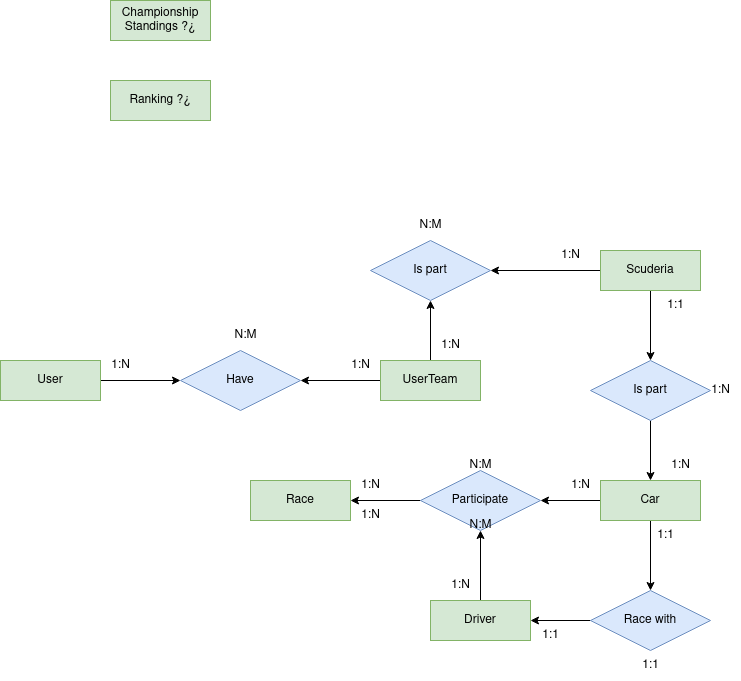
The draw.io diagram doc/diagramas/img/entidad-relacion.drawio.png in adrianhrb/proyecto_ETS, before a commit. Source tidied: cells renumbered, new cells last; positions are measured from the earlier drawing's top-left corner, leaving out a move shared by most shapes.
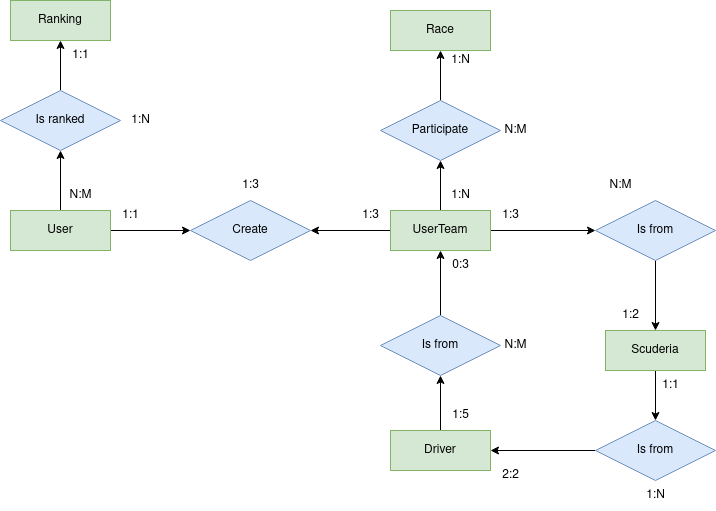
The same file after the commit.

Commit message:
Finalizado entidad-relación #13

The edit, as a diff of the source:
```diff
@@ -5,128 +5,128 @@
     <mxCell id="2" style="edgeStyle=orthogonalEdgeStyle;rounded=0;jettySize=auto;html=1;exitX=1;exitY=0.5;exitDx=0;exitDy=0;" parent="1" edge="1" source="3" target="17">
       <mxGeometry relative="1" as="geometry" />
     </mxCell>
+    <mxCell id="44" style="edgeStyle=orthogonalEdgeStyle;rounded=0;jettySize=auto;html=1;exitX=0.5;exitY=0;exitDx=0;exitDy=0;entryX=0.5;entryY=1;entryDx=0;entryDy=0;" parent="1" edge="1" source="3" target="63">
+      <mxGeometry relative="1" as="geometry" />
+    </mxCell>
     <mxCell id="3" value="User" style="whiteSpace=wrap;html=1;align=center;fillColor=#d5e8d4;strokeColor=#82b366;" parent="1" vertex="1">
-      <mxGeometry y="360" width="100" height="40" as="geometry" />
+      <mxGeometry x="26" y="150" width="100" height="40" as="geometry" />
     </mxCell>
     <mxCell id="4" style="edgeStyle=orthogonalEdgeStyle;rounded=0;jettySize=auto;html=1;exitX=0;exitY=0.5;exitDx=0;exitDy=0;" parent="1" edge="1" source="6" target="17">
       <mxGeometry relative="1" as="geometry" />
     </mxCell>
-    <mxCell id="5" style="edgeStyle=orthogonalEdgeStyle;rounded=0;jettySize=auto;html=1;exitX=0.5;exitY=0;exitDx=0;exitDy=0;entryX=0.5;entryY=1;entryDx=0;entryDy=0;" parent="1" edge="1" source="6" target="21">
+    <mxCell id="5" style="edgeStyle=orthogonalEdgeStyle;rounded=0;jettySize=auto;html=1;exitX=1;exitY=0.5;exitDx=0;exitDy=0;" parent="1" edge="1" source="6" target="21">
       <mxGeometry relative="1" as="geometry" />
     </mxCell>
+    <mxCell id="45" style="edgeStyle=orthogonalEdgeStyle;rounded=0;jettySize=auto;html=1;exitX=0.5;exitY=0;exitDx=0;exitDy=0;" parent="1" edge="1" source="6" target="32">
+      <mxGeometry relative="1" as="geometry" />
+    </mxCell>
     <mxCell id="6" value="UserTeam" style="whiteSpace=wrap;html=1;align=center;fillColor=#d5e8d4;strokeColor=#82b366;" parent="1" vertex="1">
-      <mxGeometry x="380" y="360" width="100" height="40" as="geometry" />
+      <mxGeometry x="406" y="150" width="100" height="40" as="geometry" />
     </mxCell>
-    <mxCell id="7" style="edgeStyle=orthogonalEdgeStyle;rounded=0;jettySize=auto;html=1;exitX=0;exitY=0.5;exitDx=0;exitDy=0;" parent="1" edge="1" source="9" target="32">
-      <mxGeometry relative="1" as="geometry" />
-    </mxCell>
-    <mxCell id="8" style="edgeStyle=orthogonalEdgeStyle;rounded=0;jettySize=auto;html=1;exitX=0.5;exitY=1;exitDx=0;exitDy=0;entryX=0.5;entryY=0;entryDx=0;entryDy=0;" parent="1" edge="1" source="9" target="37">
-      <mxGeometry relative="1" as="geometry" />
-    </mxCell>
-    <mxCell id="9" value="Car" style="whiteSpace=wrap;html=1;align=center;fillColor=#d5e8d4;strokeColor=#82b366;" parent="1" vertex="1">
-      <mxGeometry x="600" y="480" width="100" height="40" as="geometry" />
-    </mxCell>
-    <mxCell id="10" style="edgeStyle=orthogonalEdgeStyle;rounded=0;jettySize=auto;html=1;exitX=0.5;exitY=1;exitDx=0;exitDy=0;" parent="1" edge="1" source="12" target="26">
-      <mxGeometry relative="1" as="geometry" />
-    </mxCell>
-    <mxCell id="11" style="edgeStyle=orthogonalEdgeStyle;rounded=0;jettySize=auto;html=1;exitX=0;exitY=0.5;exitDx=0;exitDy=0;entryX=1;entryY=0.5;entryDx=0;entryDy=0;" parent="1" edge="1" source="12" target="21">
-      <mxGeometry relative="1" as="geometry" />
-    </mxCell>
+    <mxCell id="46" style="edgeStyle=orthogonalEdgeStyle;rounded=0;jettySize=auto;html=1;exitX=0.5;exitY=1;exitDx=0;exitDy=0;" parent="1" edge="1" source="12" target="50">
+      <mxGeometry relative="1" as="geometry" />
+    </mxCell>
     <mxCell id="12" value="Scuderia" style="whiteSpace=wrap;html=1;align=center;fillColor=#d5e8d4;strokeColor=#82b366;" parent="1" vertex="1">
-      <mxGeometry x="600" y="250" width="100" height="40" as="geometry" />
+      <mxGeometry x="621" y="270" width="100" height="40" as="geometry" />
     </mxCell>
-    <mxCell id="13" style="edgeStyle=orthogonalEdgeStyle;rounded=0;jettySize=auto;html=1;exitX=0.5;exitY=0;exitDx=0;exitDy=0;entryX=0.5;entryY=1;entryDx=0;entryDy=0;" parent="1" edge="1" source="14" target="32">
-      <mxGeometry relative="1" as="geometry" />
-    </mxCell>
+    <mxCell id="47" style="edgeStyle=orthogonalEdgeStyle;rounded=0;jettySize=auto;html=1;exitX=0.5;exitY=0;exitDx=0;exitDy=0;" parent="1" edge="1" source="14" target="55">
+      <mxGeometry relative="1" as="geometry" />
+    </mxCell>
     <mxCell id="14" value="Driver" style="whiteSpace=wrap;html=1;align=center;fillColor=#d5e8d4;strokeColor=#82b366;" parent="1" vertex="1">
-      <mxGeometry x="430" y="600" width="100" height="40" as="geometry" />
+      <mxGeometry x="406" y="370" width="100" height="40" as="geometry" />
     </mxCell>
-    <mxCell id="15" value="Ranking ?¿" style="whiteSpace=wrap;html=1;align=center;fillColor=#d5e8d4;strokeColor=#82b366;" parent="1" vertex="1">
-      <mxGeometry x="110" y="80" width="100" height="40" as="geometry" />
+    <mxCell id="15" value="Ranking " style="whiteSpace=wrap;html=1;align=center;fillColor=#d5e8d4;strokeColor=#82b366;" parent="1" vertex="1">
+      <mxGeometry x="26" y="-60" width="100" height="40" as="geometry" />
     </mxCell>
-    <mxCell id="16" value="Championship Standings ?¿" style="whiteSpace=wrap;html=1;align=center;fillColor=#d5e8d4;strokeColor=#82b366;" parent="1" vertex="1">
-      <mxGeometry x="110" width="100" height="40" as="geometry" />
-    </mxCell>
-    <mxCell id="17" value="Have" style="shape=rhombus;perimeter=rhombusPerimeter;whiteSpace=wrap;html=1;align=center;fillColor=#dae8fc;strokeColor=#6c8ebf;" parent="1" vertex="1">
-      <mxGeometry x="180" y="350" width="120" height="60" as="geometry" />
+    <mxCell id="17" value="Create" style="shape=rhombus;perimeter=rhombusPerimeter;whiteSpace=wrap;html=1;align=center;fillColor=#dae8fc;strokeColor=#6c8ebf;" parent="1" vertex="1">
+      <mxGeometry x="206" y="140" width="120" height="60" as="geometry" />
     </mxCell>
-    <mxCell id="18" value="1:N" style="text;html=1;align=center;verticalAlign=middle;strokeColor=none;fillColor=none;" parent="1" vertex="1">
-      <mxGeometry x="340" y="350" width="40" height="30" as="geometry" />
+    <mxCell id="18" value="1:3" style="text;html=1;align=center;verticalAlign=middle;strokeColor=none;fillColor=none;" parent="1" vertex="1">
+      <mxGeometry x="366" y="140" width="40" height="30" as="geometry" />
     </mxCell>
-    <mxCell id="19" value="1:N" style="text;html=1;align=center;verticalAlign=middle;strokeColor=none;fillColor=none;" parent="1" vertex="1">
-      <mxGeometry x="100" y="350" width="40" height="30" as="geometry" />
+    <mxCell id="19" value="1:1" style="text;html=1;align=center;verticalAlign=middle;strokeColor=none;fillColor=none;" parent="1" vertex="1">
+      <mxGeometry x="126" y="140" width="40" height="30" as="geometry" />
     </mxCell>
-    <mxCell id="20" value="N:M" style="text;html=1;align=center;verticalAlign=middle;strokeColor=none;fillColor=none;" parent="1" vertex="1">
-      <mxGeometry x="220" y="320" width="50" height="30" as="geometry" />
+    <mxCell id="20" value="1:3" style="text;html=1;align=center;verticalAlign=middle;strokeColor=none;fillColor=none;" parent="1" vertex="1">
+      <mxGeometry x="246" y="110" width="40" height="30" as="geometry" />
     </mxCell>
+    <mxCell id="48" style="edgeStyle=orthogonalEdgeStyle;rounded=0;jettySize=auto;html=1;exitX=0.5;exitY=1;exitDx=0;exitDy=0;" parent="1" edge="1" source="21" target="12">
+      <mxGeometry relative="1" as="geometry" />
+    </mxCell>
-    <mxCell id="21" value="Is part" style="shape=rhombus;perimeter=rhombusPerimeter;whiteSpace=wrap;html=1;align=center;fillColor=#dae8fc;strokeColor=#6c8ebf;" parent="1" vertex="1">
-      <mxGeometry x="370" y="240" width="120" height="60" as="geometry" />
+    <mxCell id="21" value="Is from" style="shape=rhombus;perimeter=rhombusPerimeter;whiteSpace=wrap;html=1;align=center;fillColor=#dae8fc;strokeColor=#6c8ebf;" parent="1" vertex="1">
+      <mxGeometry x="611" y="140" width="120" height="60" as="geometry" />
     </mxCell>
-    <mxCell id="22" value="1:N" style="text;html=1;align=center;verticalAlign=middle;strokeColor=none;fillColor=none;" parent="1" vertex="1">
-      <mxGeometry x="430" y="330" width="40" height="30" as="geometry" />
+    <mxCell id="22" value="1:3" style="text;html=1;align=center;verticalAlign=middle;strokeColor=none;fillColor=none;" parent="1" vertex="1">
+      <mxGeometry x="506" y="140" width="40" height="30" as="geometry" />
     </mxCell>
-    <mxCell id="23" value="1:N" style="text;html=1;align=center;verticalAlign=middle;strokeColor=none;fillColor=none;" parent="1" vertex="1">
-      <mxGeometry x="550" y="240" width="40" height="30" as="geometry" />
+    <mxCell id="23" value="1:2" style="text;html=1;align=center;verticalAlign=middle;strokeColor=none;fillColor=none;" parent="1" vertex="1">
+      <mxGeometry x="626" y="240" width="40" height="30" as="geometry" />
     </mxCell>
     <mxCell id="24" value="N:M" style="text;html=1;align=center;verticalAlign=middle;strokeColor=none;fillColor=none;" parent="1" vertex="1">
-      <mxGeometry x="405" y="210" width="50" height="30" as="geometry" />
+      <mxGeometry x="611" y="110" width="50" height="30" as="geometry" />
     </mxCell>
-    <mxCell id="25" style="edgeStyle=orthogonalEdgeStyle;rounded=0;jettySize=auto;html=1;exitX=0.5;exitY=1;exitDx=0;exitDy=0;" parent="1" edge="1" source="26" target="9">
-      <mxGeometry relative="1" as="geometry" />
-    </mxCell>
-    <mxCell id="26" value="Is part" style="shape=rhombus;perimeter=rhombusPerimeter;whiteSpace=wrap;html=1;align=center;fillColor=#dae8fc;strokeColor=#6c8ebf;" parent="1" vertex="1">
-      <mxGeometry x="590" y="360" width="120" height="60" as="geometry" />
-    </mxCell>
-    <mxCell id="27" value="1:N" style="text;html=1;align=center;verticalAlign=middle;strokeColor=none;fillColor=none;" parent="1" vertex="1">
-      <mxGeometry x="660" y="450" width="40" height="30" as="geometry" />
-    </mxCell>
-    <mxCell id="28" value="1:1" style="text;html=1;align=center;verticalAlign=middle;strokeColor=none;fillColor=none;" parent="1" vertex="1">
-      <mxGeometry x="655" y="290" width="40" height="30" as="geometry" />
-    </mxCell>
-    <mxCell id="29" value="1:N" style="text;html=1;align=center;verticalAlign=middle;strokeColor=none;fillColor=none;" parent="1" vertex="1">
-      <mxGeometry x="700" y="375" width="40" height="30" as="geometry" />
-    </mxCell>
     <mxCell id="30" value="Race" style="whiteSpace=wrap;html=1;align=center;fillColor=#d5e8d4;strokeColor=#82b366;" parent="1" vertex="1">
-      <mxGeometry x="250" y="480" width="100" height="40" as="geometry" />
+      <mxGeometry x="406" y="-50" width="100" height="40" as="geometry" />
     </mxCell>
+    <mxCell id="49" style="edgeStyle=orthogonalEdgeStyle;rounded=0;jettySize=auto;html=1;exitX=0;exitY=0.5;exitDx=0;exitDy=0;" parent="1" edge="1" source="50" target="14">
+      <mxGeometry relative="1" as="geometry" />
+    </mxCell>
+    <mxCell id="50" value="Is from" style="shape=rhombus;perimeter=rhombusPerimeter;whiteSpace=wrap;html=1;align=center;fillColor=#dae8fc;strokeColor=#6c8ebf;" parent="1" vertex="1">
+      <mxGeometry x="611" y="360" width="120" height="60" as="geometry" />
+    </mxCell>
+    <mxCell id="51" value="1:1" style="text;html=1;align=center;verticalAlign=middle;strokeColor=none;fillColor=none;" parent="1" vertex="1">
+      <mxGeometry x="666" y="310" width="40" height="30" as="geometry" />
+    </mxCell>
+    <mxCell id="52" value="1:N" style="text;html=1;align=center;verticalAlign=middle;strokeColor=none;fillColor=none;" parent="1" vertex="1">
+      <mxGeometry x="651" y="420" width="40" height="30" as="geometry" />
+    </mxCell>
+    <mxCell id="53" value="2:2" style="text;html=1;align=center;verticalAlign=middle;strokeColor=none;fillColor=none;" parent="1" vertex="1">
+      <mxGeometry x="506" y="400" width="40" height="30" as="geometry" />
+    </mxCell>
+    <mxCell id="54" style="edgeStyle=orthogonalEdgeStyle;rounded=0;jettySize=auto;html=1;exitX=0.5;exitY=0;exitDx=0;exitDy=0;entryX=0.5;entryY=1;entryDx=0;entryDy=0;" parent="1" edge="1" source="55" target="6">
+      <mxGeometry relative="1" as="geometry" />
+    </mxCell>
+    <mxCell id="55" value="Is from" style="shape=rhombus;perimeter=rhombusPerimeter;whiteSpace=wrap;html=1;align=center;fillColor=#dae8fc;strokeColor=#6c8ebf;" parent="1" vertex="1">
+      <mxGeometry x="396" y="255" width="120" height="60" as="geometry" />
+    </mxCell>
+    <mxCell id="56" value="1:5" style="text;html=1;align=center;verticalAlign=middle;strokeColor=none;fillColor=none;" parent="1" vertex="1">
+      <mxGeometry x="456" y="340" width="40" height="30" as="geometry" />
+    </mxCell>
+    <mxCell id="57" value="0:3" style="text;html=1;align=center;verticalAlign=middle;strokeColor=none;fillColor=none;" parent="1" vertex="1">
+      <mxGeometry x="456" y="190" width="40" height="30" as="geometry" />
+    </mxCell>
+    <mxCell id="58" value="N:M" style="text;html=1;align=center;verticalAlign=middle;strokeColor=none;fillColor=none;" parent="1" vertex="1">
+      <mxGeometry x="506" y="270" width="50" height="30" as="geometry" />
+    </mxCell>
-    <mxCell id="31" style="edgeStyle=orthogonalEdgeStyle;rounded=0;jettySize=auto;html=1;exitX=0;exitY=0.5;exitDx=0;exitDy=0;" parent="1" edge="1" source="32" target="30">
+    <mxCell id="31" style="edgeStyle=orthogonalEdgeStyle;rounded=0;jettySize=auto;html=1;exitX=0.5;exitY=0;exitDx=0;exitDy=0;entryX=0.5;entryY=1;entryDx=0;entryDy=0;" parent="1" edge="1" source="32" target="30">
       <mxGeometry relative="1" as="geometry" />
     </mxCell>
     <mxCell id="32" value="Participate" style="shape=rhombus;perimeter=rhombusPerimeter;whiteSpace=wrap;html=1;align=center;fillColor=#dae8fc;strokeColor=#6c8ebf;" parent="1" vertex="1">
-      <mxGeometry x="420" y="470" width="120" height="60" as="geometry" />
+      <mxGeometry x="396" y="40" width="120" height="60" as="geometry" />
     </mxCell>
-    <mxCell id="33" value="1:N" style="text;html=1;align=center;verticalAlign=middle;strokeColor=none;fillColor=none;" parent="1" vertex="1">
-      <mxGeometry x="350" y="470" width="40" height="30" as="geometry" />
-    </mxCell>
-    <mxCell id="34" value="1:N" style="text;html=1;align=center;verticalAlign=middle;strokeColor=none;fillColor=none;" parent="1" vertex="1">
-      <mxGeometry x="560" y="470" width="40" height="30" as="geometry" />
-    </mxCell>
-    <mxCell id="35" value="N:M" style="text;html=1;align=center;verticalAlign=middle;strokeColor=none;fillColor=none;" parent="1" vertex="1">
-      <mxGeometry x="455" y="450" width="50" height="30" as="geometry" />
-    </mxCell>
-    <mxCell id="36" style="edgeStyle=orthogonalEdgeStyle;rounded=0;jettySize=auto;html=1;exitX=0;exitY=0.5;exitDx=0;exitDy=0;" parent="1" edge="1" source="37" target="14">
-      <mxGeometry relative="1" as="geometry" />
-    </mxCell>
-    <mxCell id="37" value="Race with" style="shape=rhombus;perimeter=rhombusPerimeter;whiteSpace=wrap;html=1;align=center;fillColor=#dae8fc;strokeColor=#6c8ebf;" parent="1" vertex="1">
-      <mxGeometry x="590" y="590" width="120" height="60" as="geometry" />
-    </mxCell>
-    <mxCell id="38" value="1:1" style="text;html=1;align=center;verticalAlign=middle;strokeColor=none;fillColor=none;" parent="1" vertex="1">
-      <mxGeometry x="645" y="520" width="40" height="30" as="geometry" />
-    </mxCell>
-    <mxCell id="39" value="1:1" style="text;html=1;align=center;verticalAlign=middle;strokeColor=none;fillColor=none;" parent="1" vertex="1">
-      <mxGeometry x="530" y="620" width="40" height="30" as="geometry" />
-    </mxCell>
-    <mxCell id="40" value="1:1" style="text;html=1;align=center;verticalAlign=middle;strokeColor=none;fillColor=none;" parent="1" vertex="1">
-      <mxGeometry x="630" y="650" width="40" height="30" as="geometry" />
-    </mxCell>
-    <mxCell id="41" value="1:N" style="text;html=1;align=center;verticalAlign=middle;strokeColor=none;fillColor=none;" parent="1" vertex="1">
-      <mxGeometry x="440" y="570" width="40" height="30" as="geometry" />
-    </mxCell>
-    <mxCell id="42" value="1:N" style="text;html=1;align=center;verticalAlign=middle;strokeColor=none;fillColor=none;" parent="1" vertex="1">
-      <mxGeometry x="350" y="500" width="40" height="30" as="geometry" />
-    </mxCell>
-    <mxCell id="43" value="N:M" style="text;html=1;align=center;verticalAlign=middle;strokeColor=none;fillColor=none;" parent="1" vertex="1">
-      <mxGeometry x="455" y="510" width="50" height="30" as="geometry" />
-    </mxCell>
+    <mxCell id="59" value="1:N" style="text;html=1;align=center;verticalAlign=middle;strokeColor=none;fillColor=none;" parent="1" vertex="1">
+      <mxGeometry x="456" y="-15" width="40" height="30" as="geometry" />
+    </mxCell>
+    <mxCell id="60" value="1:N" style="text;html=1;align=center;verticalAlign=middle;strokeColor=none;fillColor=none;" parent="1" vertex="1">
+      <mxGeometry x="456" y="120" width="40" height="30" as="geometry" />
+    </mxCell>
+    <mxCell id="61" value="N:M" style="text;html=1;align=center;verticalAlign=middle;strokeColor=none;fillColor=none;" parent="1" vertex="1">
+      <mxGeometry x="506" y="55" width="50" height="30" as="geometry" />
+    </mxCell>
+    <mxCell id="62" style="edgeStyle=orthogonalEdgeStyle;rounded=0;jettySize=auto;html=1;exitX=0.5;exitY=0;exitDx=0;exitDy=0;entryX=0.5;entryY=1;entryDx=0;entryDy=0;" parent="1" edge="1" source="63" target="15">
+      <mxGeometry relative="1" as="geometry" />
+    </mxCell>
+    <mxCell id="63" value="Is ranked" style="shape=rhombus;perimeter=rhombusPerimeter;whiteSpace=wrap;html=1;align=center;fillColor=#dae8fc;strokeColor=#6c8ebf;" parent="1" vertex="1">
+      <mxGeometry x="16" y="30" width="120" height="60" as="geometry" />
+    </mxCell>
+    <mxCell id="64" value="1:1" style="text;html=1;align=center;verticalAlign=middle;strokeColor=none;fillColor=none;" parent="1" vertex="1">
+      <mxGeometry x="76" y="-20" width="40" height="30" as="geometry" />
+    </mxCell>
+    <mxCell id="65" value="N:M" style="text;html=1;align=center;verticalAlign=middle;strokeColor=none;fillColor=none;" parent="1" vertex="1">
+      <mxGeometry x="71" y="120" width="50" height="30" as="geometry" />
+    </mxCell>
+    <mxCell id="66" value="1:N" style="text;html=1;align=center;verticalAlign=middle;strokeColor=none;fillColor=none;" parent="1" vertex="1">
+      <mxGeometry x="136" y="45" width="40" height="30" as="geometry" />
+    </mxCell>
   </root>
 </mxGraphModel>
```
